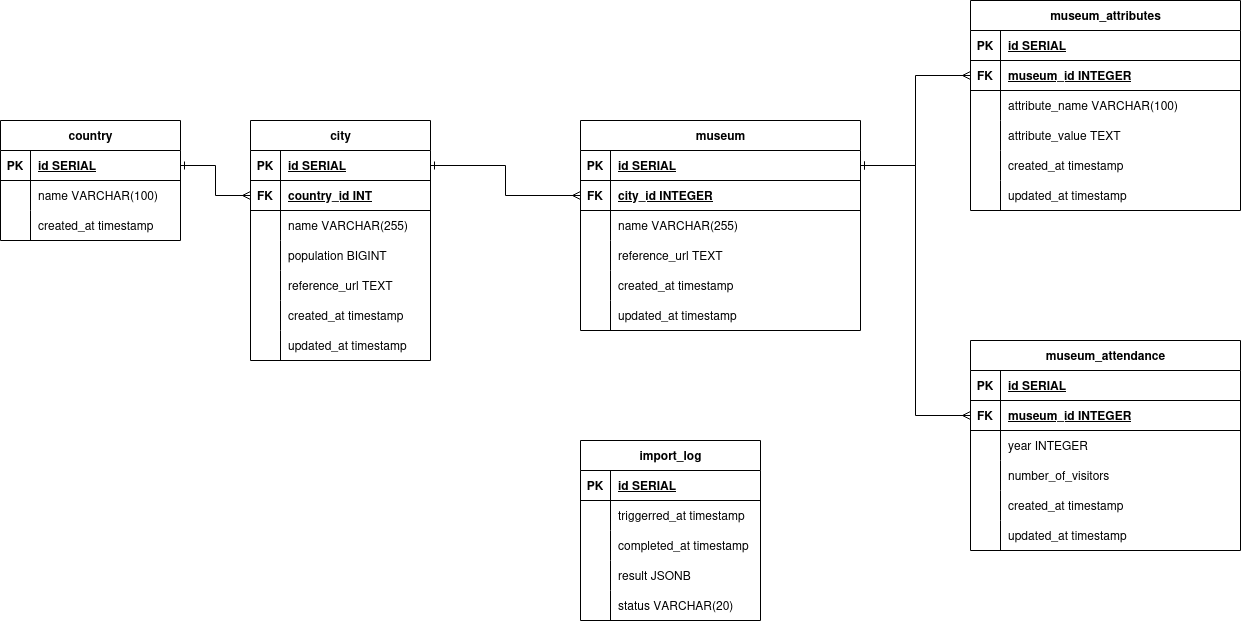
The draw.io diagram docs/database-diagram/database-diagram.png in fadysawan/museum-attendance, before a commit. Source tidied: cells renumbered, new cells last; positions are measured from the earlier drawing's top-left corner, leaving out a move shared by most shapes.
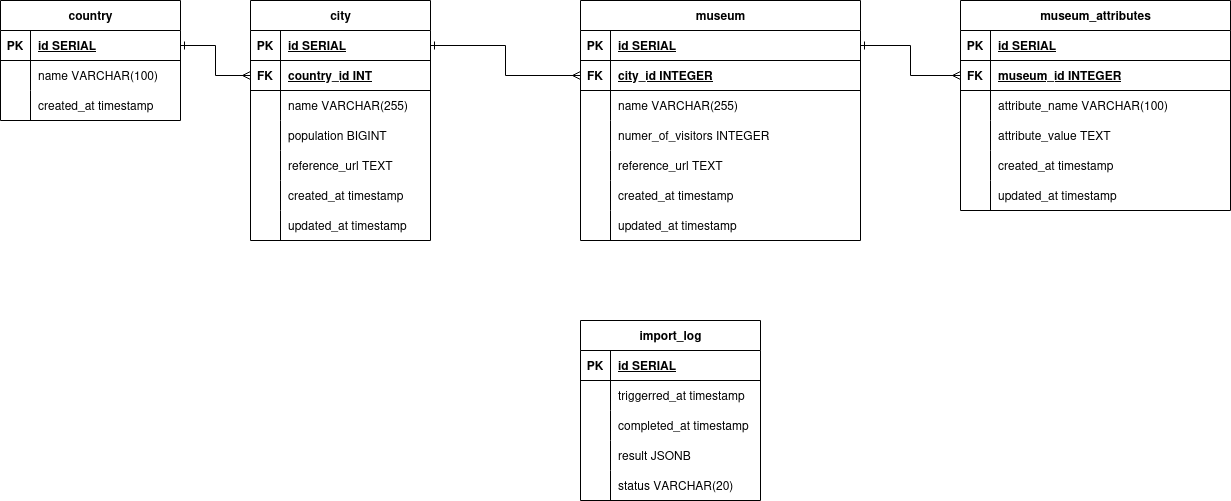
After the change.

Commit message:
Aligning the database diagram

What changed in the source:
```diff
@@ -69,7 +69,7 @@
       <mxGeometry x="30" width="150" height="30" as="geometry" />
     </mxCell>
     <mxCell id="24" value="museum" style="shape=table;startSize=30;rowLines=0;fontStyle=1;align=center;html=1;" parent="1" vertex="1">
-      <mxGeometry x="580" y="120" width="280" height="210" as="geometry" />
+      <mxGeometry x="580" y="120" width="280" height="240" as="geometry" />
     </mxCell>
     <mxCell id="25" style="shape=tableRow;horizontal=0;startSize=0;swimlaneHead=0;swimlaneBody=0;fillColor=none;points=[[0,0.5],[1,0.5]];portConstraint=eastwest;top=0;left=0;right=0;bottom=1;" parent="24" vertex="1">
       <mxGeometry y="30" width="280" height="30" as="geometry" />
@@ -98,8 +98,17 @@
     <mxCell id="33" value="name VARCHAR(255)" style="shape=partialRectangle;fillColor=none;top=0;left=0;bottom=0;right=0;align=left;spacingLeft=6;overflow=hidden;whiteSpace=wrap;html=1;" parent="31" vertex="1">
       <mxGeometry x="30" width="250" height="30" as="geometry" />
     </mxCell>
+    <mxCell id="113" style="shape=tableRow;horizontal=0;startSize=0;swimlaneHead=0;swimlaneBody=0;fillColor=none;top=0;left=0;right=0;bottom=0;" parent="24" vertex="1">
+      <mxGeometry y="120" width="280" height="30" as="geometry" />
+    </mxCell>
+    <mxCell id="114" style="shape=partialRectangle;fillColor=none;top=0;left=0;bottom=0;right=0;overflow=hidden;whiteSpace=wrap;html=1;" parent="113" vertex="1">
+      <mxGeometry width="30" height="30" as="geometry" />
+    </mxCell>
+    <mxCell id="115" value="numer_of_visitors INTEGER" style="shape=partialRectangle;fillColor=none;top=0;left=0;bottom=0;right=0;align=left;spacingLeft=6;overflow=hidden;whiteSpace=wrap;html=1;" parent="113" vertex="1">
+      <mxGeometry x="30" width="250" height="30" as="geometry" />
+    </mxCell>
     <mxCell id="34" style="shape=tableRow;horizontal=0;startSize=0;swimlaneHead=0;swimlaneBody=0;fillColor=none;top=0;left=0;right=0;bottom=0;" parent="24" vertex="1">
-      <mxGeometry y="120" width="280" height="30" as="geometry" />
+      <mxGeometry y="150" width="280" height="30" as="geometry" />
     </mxCell>
     <mxCell id="35" style="shape=partialRectangle;fillColor=none;top=0;left=0;bottom=0;right=0;overflow=hidden;whiteSpace=wrap;html=1;" parent="34" vertex="1">
       <mxGeometry width="30" height="30" as="geometry" />
@@ -108,7 +117,7 @@
       <mxGeometry x="30" width="250" height="30" as="geometry" />
     </mxCell>
     <mxCell id="37" style="shape=tableRow;horizontal=0;startSize=0;swimlaneHead=0;swimlaneBody=0;fillColor=none;top=0;left=0;right=0;bottom=0;" parent="24" vertex="1">
-      <mxGeometry y="150" width="280" height="30" as="geometry" />
+      <mxGeometry y="180" width="280" height="30" as="geometry" />
     </mxCell>
     <mxCell id="38" style="shape=partialRectangle;fillColor=none;top=0;left=0;bottom=0;right=0;overflow=hidden;whiteSpace=wrap;html=1;" parent="37" vertex="1">
       <mxGeometry width="30" height="30" as="geometry" />
@@ -117,7 +126,7 @@
       <mxGeometry x="30" width="250" height="30" as="geometry" />
     </mxCell>
     <mxCell id="40" style="shape=tableRow;horizontal=0;startSize=0;swimlaneHead=0;swimlaneBody=0;fillColor=none;top=0;left=0;right=0;bottom=0;" parent="24" vertex="1">
-      <mxGeometry y="180" width="280" height="30" as="geometry" />
+      <mxGeometry y="210" width="280" height="30" as="geometry" />
     </mxCell>
     <mxCell id="41" style="shape=partialRectangle;fillColor=none;top=0;left=0;bottom=0;right=0;overflow=hidden;whiteSpace=wrap;html=1;" parent="40" vertex="1">
       <mxGeometry width="30" height="30" as="geometry" />
@@ -168,7 +177,7 @@
       <mxGeometry relative="1" as="geometry" />
     </mxCell>
     <mxCell id="57" value="museum_attributes" style="shape=table;startSize=30;rowLines=0;fontStyle=1;align=center;html=1;" parent="1" vertex="1">
-      <mxGeometry x="970" width="270" height="210" as="geometry" />
+      <mxGeometry x="960" y="120" width="270" height="210" as="geometry" />
     </mxCell>
     <mxCell id="58" style="shape=tableRow;horizontal=0;startSize=0;swimlaneHead=0;swimlaneBody=0;fillColor=none;top=0;left=0;right=0;bottom=1;" parent="57" vertex="1">
       <mxGeometry y="30" width="270" height="30" as="geometry" />
@@ -227,66 +236,6 @@
     <mxCell id="76" style="edgeStyle=orthogonalEdgeStyle;rounded=0;jettySize=auto;html=1;entryX=0;entryY=0.5;entryDx=0;entryDy=0;endArrow=ERmany;endFill=0;startArrow=ERone;startFill=0;" parent="1" edge="1" source="25" target="61">
       <mxGeometry relative="1" as="geometry" />
     </mxCell>
-    <mxCell id="77" value="museum_attendance" style="shape=table;startSize=30;rowLines=0;fontStyle=1;align=center;html=1;" parent="1" vertex="1">
-      <mxGeometry x="970" y="340" width="270" height="210" as="geometry" />
-    </mxCell>
-    <mxCell id="78" style="shape=tableRow;horizontal=0;startSize=0;swimlaneHead=0;swimlaneBody=0;fillColor=none;top=0;left=0;right=0;bottom=1;" parent="77" vertex="1">
-      <mxGeometry y="30" width="270" height="30" as="geometry" />
-    </mxCell>
-    <mxCell id="79" value="PK" style="shape=partialRectangle;fillColor=none;top=0;left=0;bottom=0;right=0;fontStyle=1;overflow=hidden;whiteSpace=wrap;html=1;" parent="78" vertex="1">
-      <mxGeometry width="30" height="30" as="geometry" />
-    </mxCell>
-    <mxCell id="80" value="id SERIAL" style="shape=partialRectangle;fillColor=none;top=0;left=0;bottom=0;right=0;align=left;spacingLeft=6;fontStyle=5;overflow=hidden;whiteSpace=wrap;html=1;" parent="78" vertex="1">
-      <mxGeometry x="30" width="240" height="30" as="geometry" />
-    </mxCell>
-    <mxCell id="81" style="shape=tableRow;horizontal=0;startSize=0;swimlaneHead=0;swimlaneBody=0;fillColor=none;points=[[0,0.5],[1,0.5]];portConstraint=eastwest;top=0;left=0;right=0;bottom=1;" parent="77" vertex="1">
-      <mxGeometry y="60" width="270" height="30" as="geometry" />
-    </mxCell>
-    <mxCell id="82" value="FK" style="shape=partialRectangle;fillColor=none;top=0;left=0;bottom=0;right=0;fontStyle=1;overflow=hidden;whiteSpace=wrap;html=1;" parent="81" vertex="1">
-      <mxGeometry width="30" height="30" as="geometry" />
-    </mxCell>
-    <mxCell id="83" value="museum_id INTEGER" style="shape=partialRectangle;fillColor=none;top=0;left=0;bottom=0;right=0;align=left;spacingLeft=6;fontStyle=5;overflow=hidden;whiteSpace=wrap;html=1;" parent="81" vertex="1">
-      <mxGeometry x="30" width="240" height="30" as="geometry" />
-    </mxCell>
-    <mxCell id="84" style="shape=tableRow;horizontal=0;startSize=0;swimlaneHead=0;swimlaneBody=0;fillColor=none;top=0;left=0;right=0;bottom=0;" parent="77" vertex="1">
-      <mxGeometry y="90" width="270" height="30" as="geometry" />
-    </mxCell>
-    <mxCell id="85" style="shape=partialRectangle;fillColor=none;top=0;left=0;bottom=0;right=0;overflow=hidden;whiteSpace=wrap;html=1;" parent="84" vertex="1">
-      <mxGeometry width="30" height="30" as="geometry" />
-    </mxCell>
-    <mxCell id="86" value="year INTEGER" style="shape=partialRectangle;fillColor=none;top=0;left=0;bottom=0;right=0;align=left;spacingLeft=6;overflow=hidden;whiteSpace=wrap;html=1;" parent="84" vertex="1">
-      <mxGeometry x="30" width="240" height="30" as="geometry" />
-    </mxCell>
-    <mxCell id="87" style="shape=tableRow;horizontal=0;startSize=0;swimlaneHead=0;swimlaneBody=0;fillColor=none;top=0;left=0;right=0;bottom=0;" parent="77" vertex="1">
-      <mxGeometry y="120" width="270" height="30" as="geometry" />
-    </mxCell>
-    <mxCell id="88" style="shape=partialRectangle;fillColor=none;top=0;left=0;bottom=0;right=0;overflow=hidden;whiteSpace=wrap;html=1;" parent="87" vertex="1">
-      <mxGeometry width="30" height="30" as="geometry" />
-    </mxCell>
-    <mxCell id="89" value="number_of_visitors" style="shape=partialRectangle;fillColor=none;top=0;left=0;bottom=0;right=0;align=left;spacingLeft=6;overflow=hidden;whiteSpace=wrap;html=1;" parent="87" vertex="1">
-      <mxGeometry x="30" width="240" height="30" as="geometry" />
-    </mxCell>
-    <mxCell id="90" style="shape=tableRow;horizontal=0;startSize=0;swimlaneHead=0;swimlaneBody=0;fillColor=none;top=0;left=0;right=0;bottom=0;" parent="77" vertex="1">
-      <mxGeometry y="150" width="270" height="30" as="geometry" />
-    </mxCell>
-    <mxCell id="91" style="shape=partialRectangle;fillColor=none;top=0;left=0;bottom=0;right=0;overflow=hidden;whiteSpace=wrap;html=1;" parent="90" vertex="1">
-      <mxGeometry width="30" height="30" as="geometry" />
-    </mxCell>
-    <mxCell id="92" value="created_at timestamp" style="shape=partialRectangle;fillColor=none;top=0;left=0;bottom=0;right=0;align=left;spacingLeft=6;overflow=hidden;whiteSpace=wrap;html=1;" parent="90" vertex="1">
-      <mxGeometry x="30" width="240" height="30" as="geometry" />
-    </mxCell>
-    <mxCell id="93" style="shape=tableRow;horizontal=0;startSize=0;swimlaneHead=0;swimlaneBody=0;fillColor=none;top=0;left=0;right=0;bottom=0;" parent="77" vertex="1">
-      <mxGeometry y="180" width="270" height="30" as="geometry" />
-    </mxCell>
-    <mxCell id="94" style="shape=partialRectangle;fillColor=none;top=0;left=0;bottom=0;right=0;overflow=hidden;whiteSpace=wrap;html=1;" parent="93" vertex="1">
-      <mxGeometry width="30" height="30" as="geometry" />
-    </mxCell>
-    <mxCell id="95" value="updated_at timestamp" style="shape=partialRectangle;fillColor=none;top=0;left=0;bottom=0;right=0;align=left;spacingLeft=6;overflow=hidden;whiteSpace=wrap;html=1;" parent="93" vertex="1">
-      <mxGeometry x="30" width="240" height="30" as="geometry" />
-    </mxCell>
-    <mxCell id="96" style="edgeStyle=orthogonalEdgeStyle;rounded=0;jettySize=auto;html=1;entryX=0;entryY=0.5;entryDx=0;entryDy=0;endArrow=ERmany;endFill=0;startArrow=ERone;startFill=0;" parent="1" edge="1" source="25" target="81">
-      <mxGeometry relative="1" as="geometry" />
-    </mxCell>
     <mxCell id="97" value="import_log" style="shape=table;startSize=30;rowLines=0;fontStyle=1;align=center;html=1;" parent="1" vertex="1">
       <mxGeometry x="580" y="440" width="180" height="180" as="geometry" />
     </mxCell>
```
